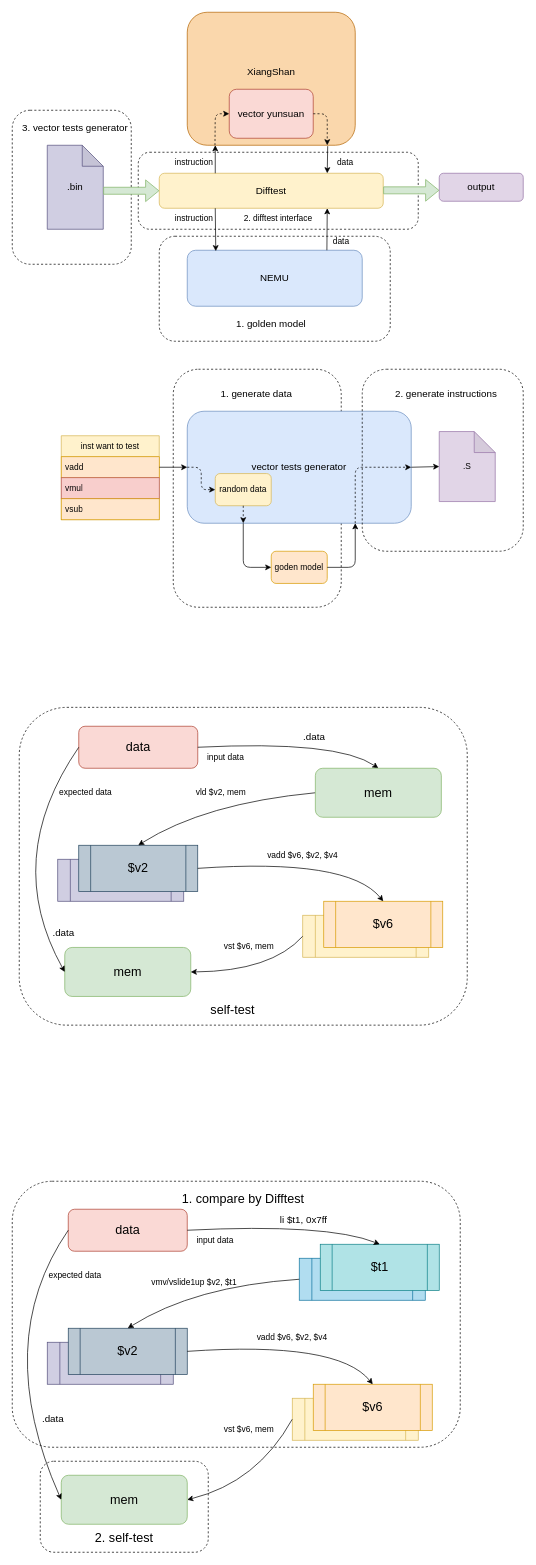
The draw.io diagram 未命名绘图.drawio in Ziyue-Zhang/draw_picture, before the edit. Source tidied: cells renumbered, new cells numbered last; positions are measured from the earlier drawing's top-left corner, leaving out a move shared by most shapes. Both pictures are drawn from the tidied source at 70%, with x=0, y=0 at pixel (-9, 12).
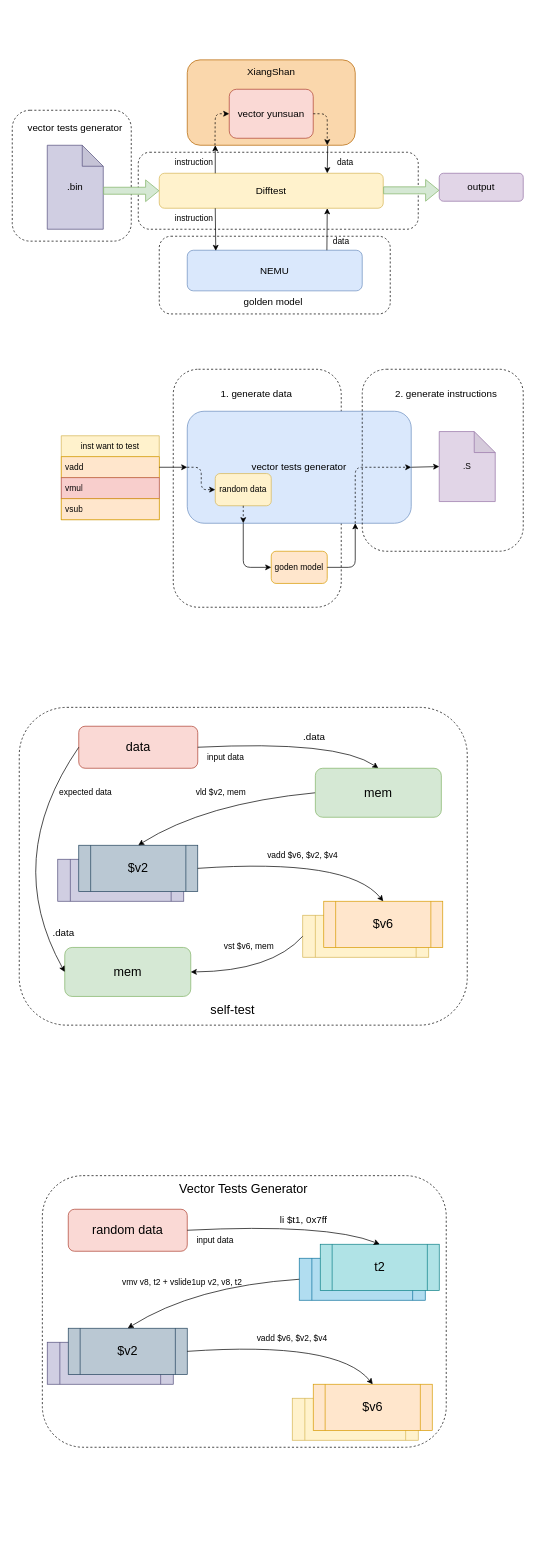
The same page after the edit.

Commit message:
更新未命名绘图.drawio

Unchanged cells that the change refers to:
```xml
<mxCell id="30" style="shape=process;whiteSpace=wrap;html=1;backgroundOutline=1;fillColor=#fff2cc;strokeColor=#d6b656;" parent="1" vertex="1">
  <mxGeometry x="430" y="1980" width="180" height="60" as="geometry" />
</mxCell>
```

Change to the diagram source:
```diff
@@
-    <mxCell id="3" style="rounded=1;whiteSpace=wrap;html=1;fillColor=none;dashed=1;" parent="1" vertex="1">
-      <mxGeometry x="70" y="2070" width="240" height="130" as="geometry" />
-    </mxCell>
-    <mxCell id="4" style="rounded=1;whiteSpace=wrap;html=1;fillColor=none;dashed=1;" parent="1" vertex="1">
-      <mxGeometry x="30" y="1670" width="640" height="380" as="geometry" />
-    </mxCell>
@@
     <mxCell id="6" style="rounded=1;whiteSpace=wrap;html=1;dashed=1;fillColor=none;" parent="1" vertex="1">
-      <mxGeometry x="240" y="320" width="330" height="150" as="geometry" />
+      <mxGeometry x="240" y="320" width="330" height="111" as="geometry" />
     </mxCell>
@@
     <mxCell id="8" style="rounded=1;whiteSpace=wrap;html=1;glass=0;dashed=1;fillColor=none;" parent="1" vertex="1">
-      <mxGeometry x="30" y="140" width="170" height="220" as="geometry" />
+      <mxGeometry x="30" y="140" width="170" height="187" as="geometry" />
     </mxCell>
@@
-    <mxCell id="12" value="&lt;font style=&quot;font-size: 14px;&quot;&gt;3. vector tests generator&lt;/font&gt;" style="text;html=1;strokeColor=none;fillColor=none;align=center;verticalAlign=middle;whiteSpace=wrap;rounded=0;" parent="1" vertex="1">
+    <mxCell id="12" value="&lt;font style=&quot;font-size: 14px;&quot;&gt;vector tests generator&lt;/font&gt;" style="text;html=1;strokeColor=none;fillColor=none;align=center;verticalAlign=middle;whiteSpace=wrap;rounded=0;" parent="1" vertex="1">
       <mxGeometry x="40" y="150" width="160" height="30" as="geometry" />
     </mxCell>
     <mxCell id="13" style="rounded=1;whiteSpace=wrap;html=1;fillColor=#fad7ac;strokeColor=#b46504;" parent="1" vertex="1">
-      <mxGeometry x="280" width="240" height="190" as="geometry" />
+      <mxGeometry x="280" y="68" width="240" height="122" as="geometry" />
     </mxCell>
     <mxCell id="14" value="&lt;span style=&quot;font-size: 14px;&quot;&gt;NEMU&lt;/span&gt;" style="rounded=1;whiteSpace=wrap;html=1;fillColor=#dae8fc;strokeColor=#6c8ebf;" parent="1" vertex="1">
-      <mxGeometry x="280" y="340" width="250" height="80" as="geometry" />
+      <mxGeometry x="280" y="340" width="250" height="58" as="geometry" />
     </mxCell>
@@
-    <mxCell id="24" value="2. difftest interface" style="text;html=1;strokeColor=none;fillColor=none;align=center;verticalAlign=middle;whiteSpace=wrap;rounded=0;" parent="1" vertex="1">
-      <mxGeometry x="360" y="280" width="100" height="30" as="geometry" />
-    </mxCell>
-    <mxCell id="25" value="&lt;font style=&quot;font-size: 14px;&quot;&gt;1. golden model&lt;/font&gt;" style="text;html=1;strokeColor=none;fillColor=none;align=center;verticalAlign=middle;whiteSpace=wrap;rounded=0;" parent="1" vertex="1">
-      <mxGeometry x="337" y="430" width="126" height="30" as="geometry" />
+    <mxCell id="25" value="&lt;font style=&quot;font-size: 14px;&quot;&gt;golden model&lt;/font&gt;" style="text;html=1;strokeColor=none;fillColor=none;align=center;verticalAlign=middle;whiteSpace=wrap;rounded=0;" parent="1" vertex="1">
+      <mxGeometry x="340" y="398" width="126" height="30" as="geometry" />
     </mxCell>
@@
-    <mxCell id="27" value="&lt;font style=&quot;font-size: 18px;&quot;&gt;$t1&lt;/font&gt;" style="shape=process;whiteSpace=wrap;html=1;backgroundOutline=1;fillColor=#b0e3e6;strokeColor=#0e8088;" parent="1" vertex="1">
+    <mxCell id="27" value="&lt;font style=&quot;font-size: 18px;&quot;&gt;t2&lt;/font&gt;" style="shape=process;whiteSpace=wrap;html=1;backgroundOutline=1;fillColor=#b0e3e6;strokeColor=#0e8088;" parent="1" vertex="1">
       <mxGeometry x="470" y="1760" width="170" height="66" as="geometry" />
     </mxCell>
@@
-    <mxCell id="32" value="&lt;font style=&quot;font-size: 18px;&quot;&gt;mem&lt;/font&gt;" style="rounded=1;whiteSpace=wrap;html=1;fillColor=#d5e8d4;strokeColor=#82b366;" parent="1" vertex="1">
-      <mxGeometry x="100" y="2090" width="180" height="70" as="geometry" />
-    </mxCell>
@@
-    <mxCell id="55" value="&lt;font style=&quot;font-size: 18px;&quot;&gt;data&lt;/font&gt;" style="rounded=1;whiteSpace=wrap;html=1;fillColor=#fad9d5;strokeColor=#ae4132;" parent="1" vertex="1">
+    <mxCell id="55" value="&lt;font style=&quot;font-size: 18px;&quot;&gt;random data&lt;/font&gt;" style="rounded=1;whiteSpace=wrap;html=1;fillColor=#fad9d5;strokeColor=#ae4132;" parent="1" vertex="1">
       <mxGeometry x="110" y="1710" width="170" height="60" as="geometry" />
     </mxCell>
@@
-    <mxCell id="59" style="curved=1;endArrow=classic;html=1;rounded=0;exitX=0;exitY=0.5;exitDx=0;exitDy=0;entryX=0;entryY=0.5;entryDx=0;entryDy=0;" parent="1" edge="1" source="55" target="32">
-      <mxGeometry relative="1" as="geometry">
-        <Array as="points">
-          <mxPoint y="1900" />
-        </Array>
-      </mxGeometry>
-    </mxCell>
-    <mxCell id="60" style="curved=1;endArrow=classic;html=1;rounded=0;exitX=0;exitY=0.5;exitDx=0;exitDy=0;entryX=1;entryY=0.5;entryDx=0;entryDy=0;" parent="1" edge="1" source="30" target="32">
-      <mxGeometry relative="1" as="geometry">
-        <Array as="points">
-          <mxPoint x="380" y="2100" />
-        </Array>
-      </mxGeometry>
-    </mxCell>
-    <mxCell id="61" value="expected data" style="text;html=1;strokeColor=none;fillColor=none;align=center;verticalAlign=middle;whiteSpace=wrap;rounded=0;" parent="1" vertex="1">
-      <mxGeometry x="70" y="1790" width="100" height="30" as="geometry" />
-    </mxCell>
@@
-    <mxCell id="63" value="&lt;font style=&quot;font-size: 18px;&quot;&gt;1. compare by Difftest&lt;/font&gt;" style="text;html=1;strokeColor=none;fillColor=none;align=center;verticalAlign=middle;whiteSpace=wrap;rounded=0;" parent="1" vertex="1">
-      <mxGeometry x="260" y="1680" width="200" height="30" as="geometry" />
-    </mxCell>
-    <mxCell id="64" value="&lt;font style=&quot;font-size: 18px;&quot;&gt;2. self-test&lt;/font&gt;" style="text;html=1;strokeColor=none;fillColor=none;align=center;verticalAlign=middle;whiteSpace=wrap;rounded=0;" parent="1" vertex="1">
-      <mxGeometry x="90" y="2165" width="200" height="30" as="geometry" />
-    </mxCell>
@@
-    <mxCell id="66" value="vmv/vslide1up $v2, $t1" style="text;html=1;strokeColor=none;fillColor=none;align=center;verticalAlign=middle;whiteSpace=wrap;rounded=0;" parent="1" vertex="1">
-      <mxGeometry x="220" y="1800" width="140" height="30" as="geometry" />
+    <mxCell id="66" value="vmv v8, t2 + vslide1up v2, v8, t2" style="text;html=1;strokeColor=none;fillColor=none;align=center;verticalAlign=middle;whiteSpace=wrap;rounded=0;" parent="1" vertex="1">
+      <mxGeometry x="181" y="1799" width="184" height="30" as="geometry" />
     </mxCell>
@@
-    <mxCell id="83" value="&lt;font style=&quot;font-size: 14px;&quot;&gt;.data&lt;/font&gt;" style="text;html=1;strokeColor=none;fillColor=none;align=center;verticalAlign=middle;whiteSpace=wrap;rounded=0;" parent="1" vertex="1">
-      <mxGeometry x="45" y="1995" width="87" height="30" as="geometry" />
-    </mxCell>
-    <mxCell id="84" value="vst $v6, mem&amp;nbsp;" style="text;html=1;strokeColor=none;fillColor=none;align=center;verticalAlign=middle;whiteSpace=wrap;rounded=0;" parent="1" vertex="1">
-      <mxGeometry x="300" y="2010" width="140" height="30" as="geometry" />
-    </mxCell>
@@
+    <mxCell id="91" style="rounded=1;whiteSpace=wrap;html=1;fillColor=none;dashed=1;" parent="1" vertex="1">
+      <mxGeometry x="73" y="1662" width="577" height="388" as="geometry" />
+    </mxCell>
+    <mxCell id="92" value="&lt;font style=&quot;font-size: 18px;&quot;&gt;Vector Tests Generator&lt;/font&gt;" style="text;html=1;strokeColor=none;fillColor=none;align=center;verticalAlign=middle;whiteSpace=wrap;rounded=0;" parent="1" vertex="1">
+      <mxGeometry x="251.5" y="1666" width="217" height="30" as="geometry" />
+    </mxCell>
```
